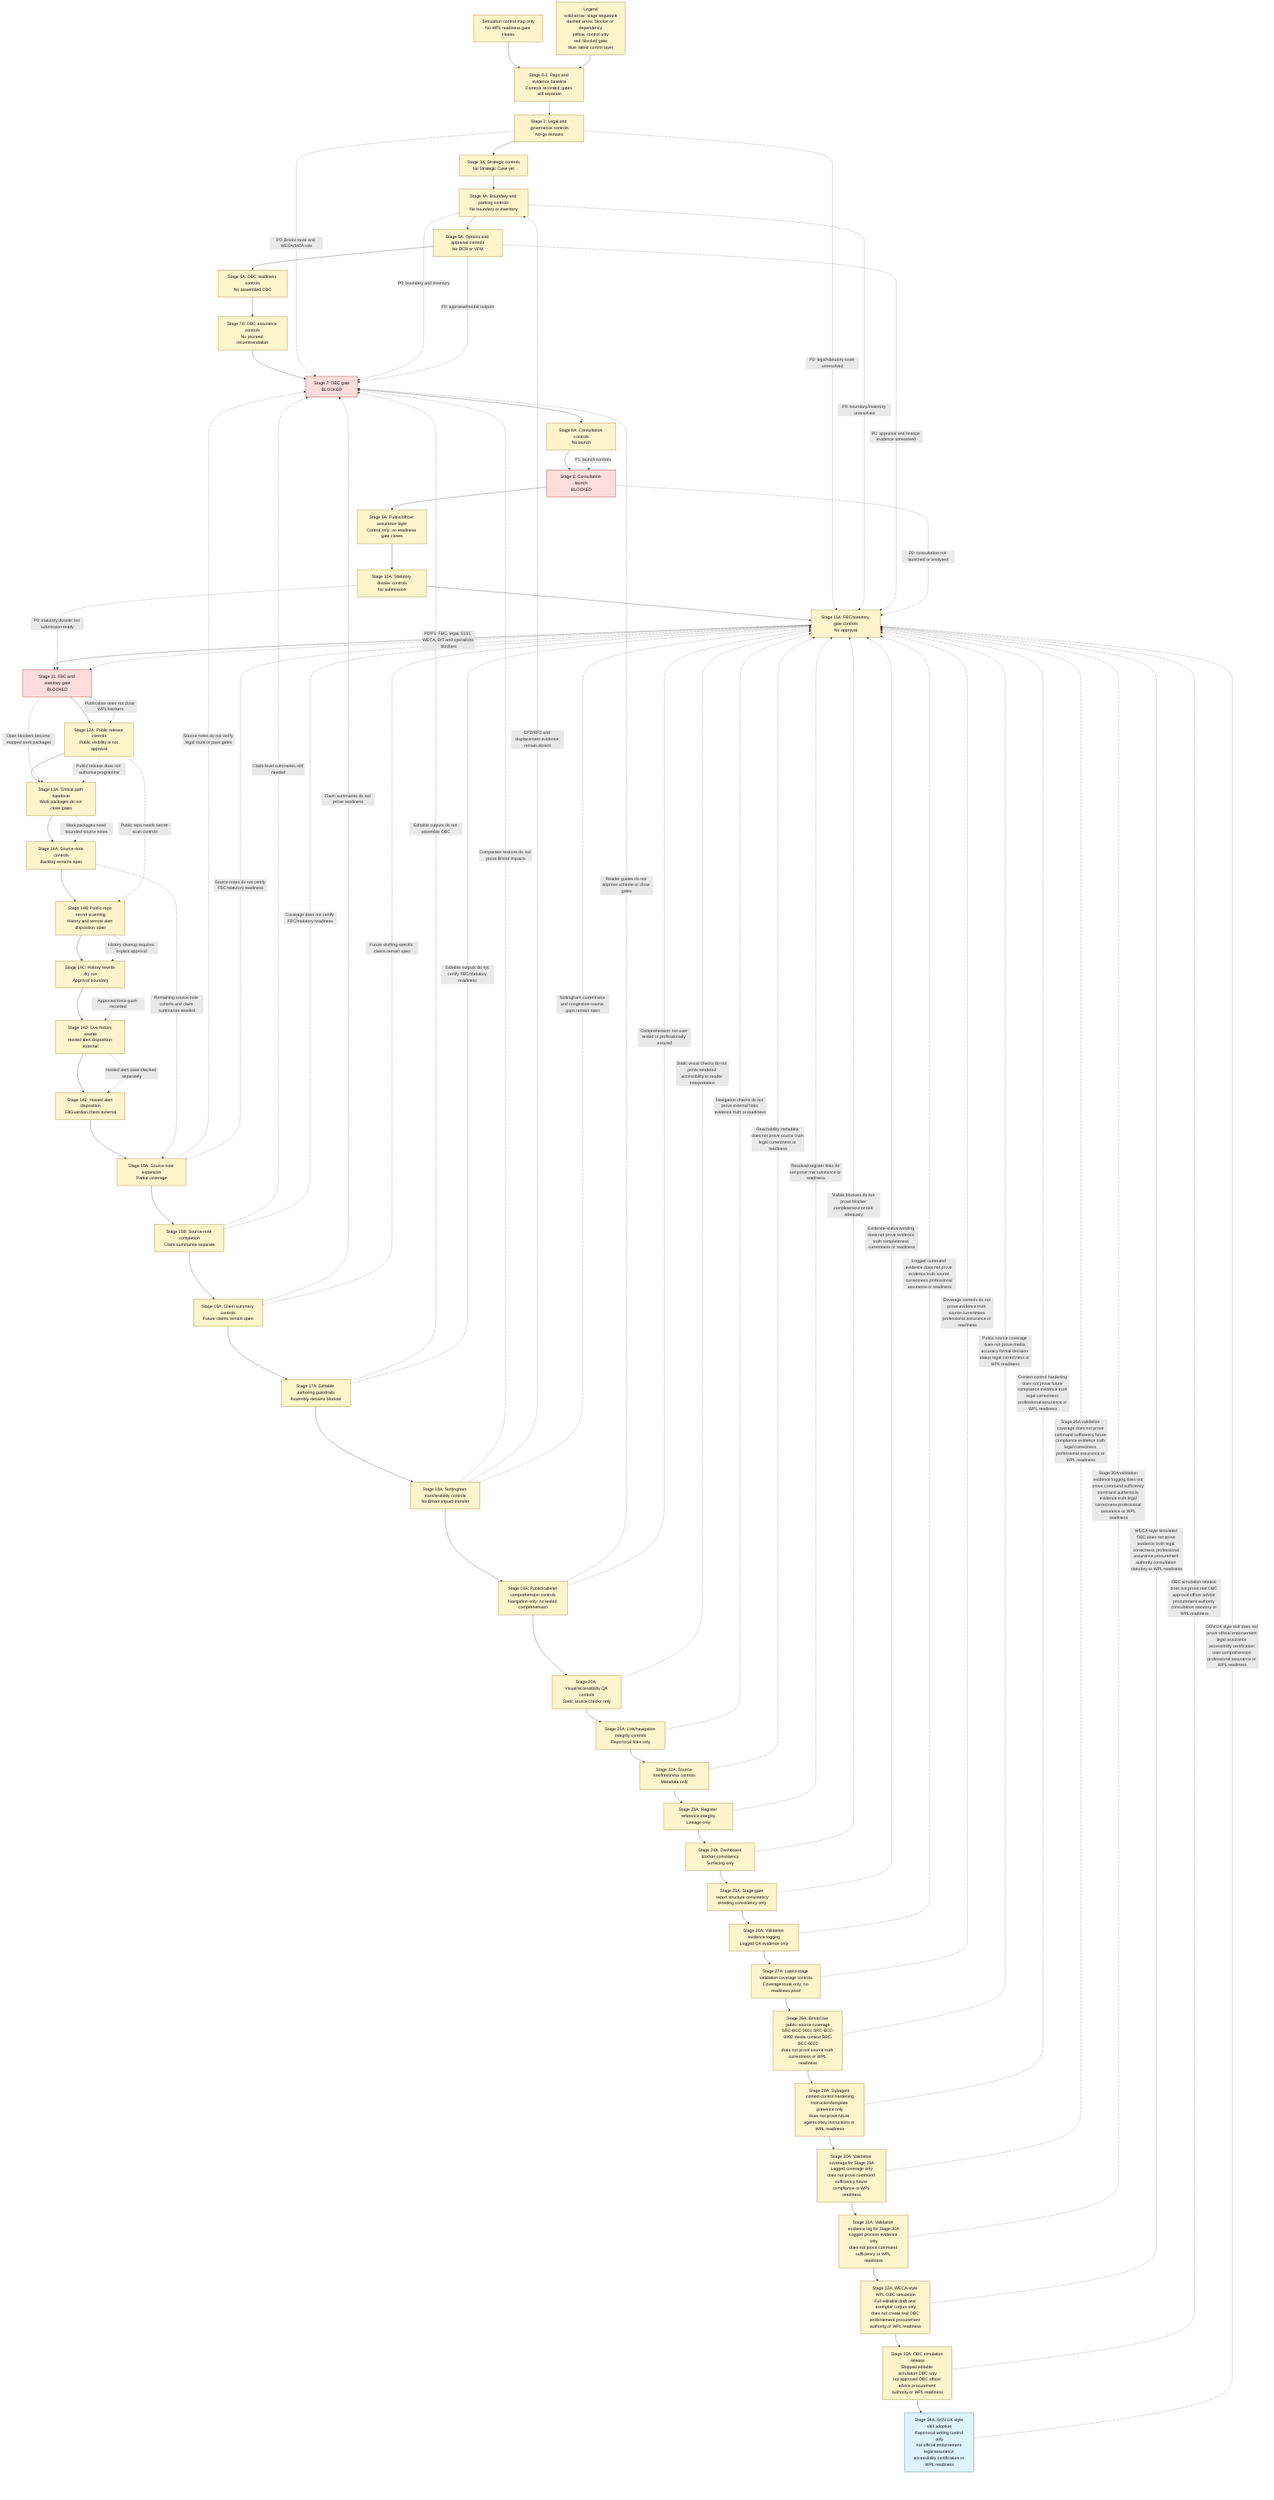
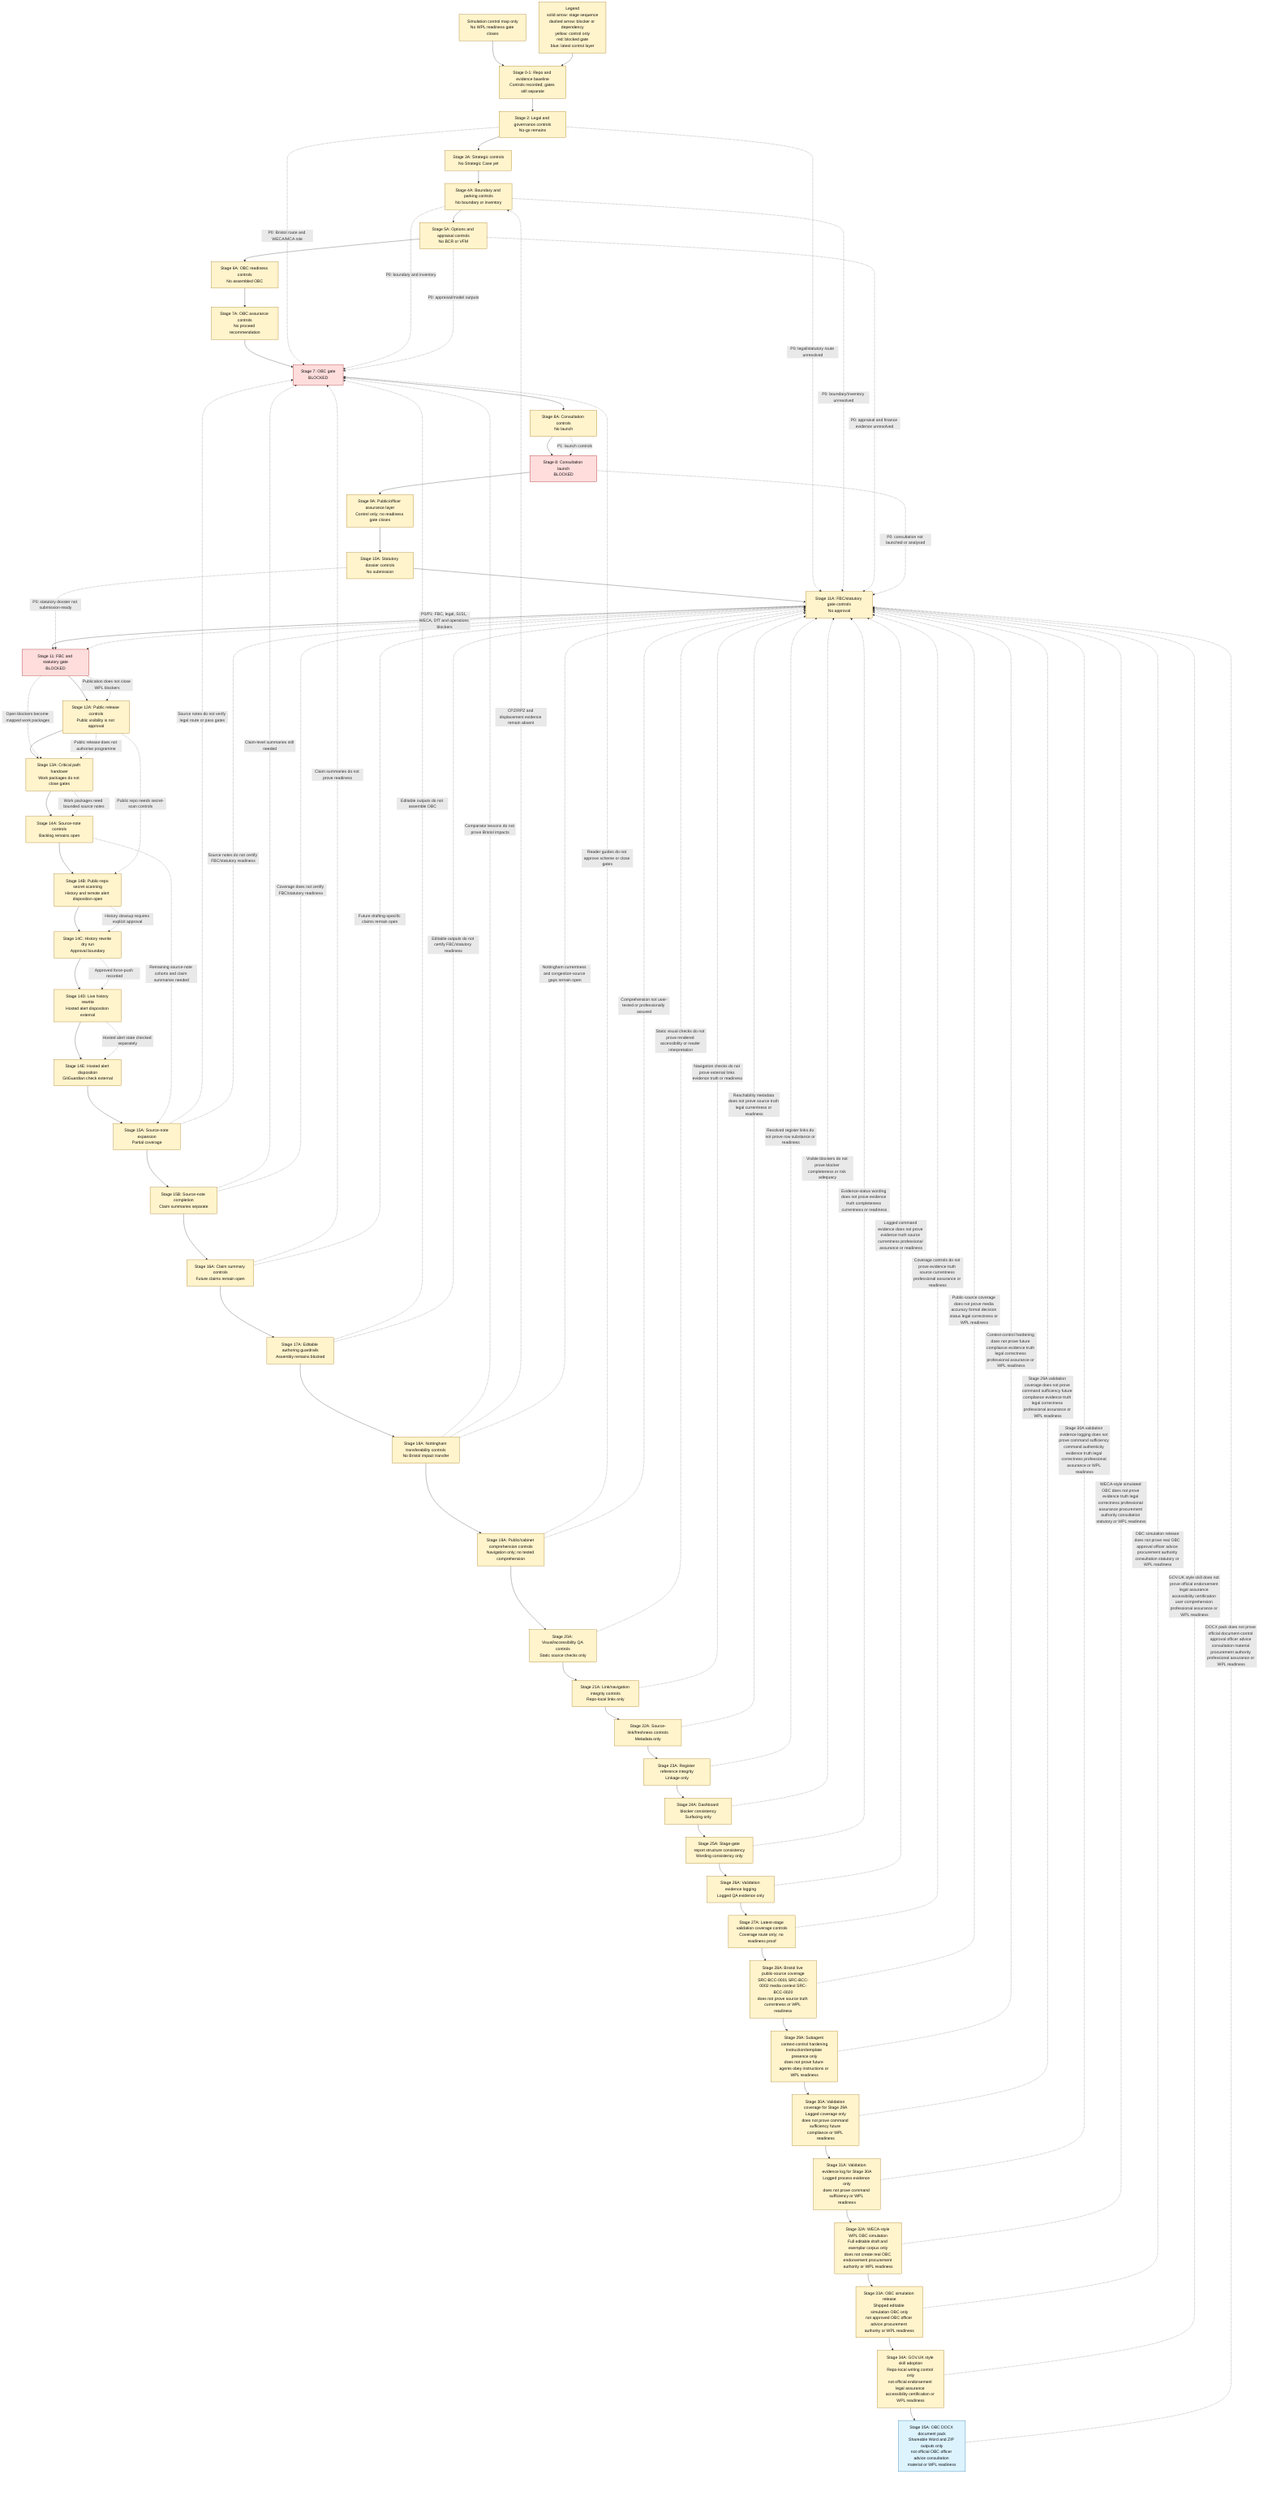
flowchart TD
    Caption["Simulation control map only<br/>No WPL readiness gate closes"]
    Legend["Legend<br/>solid arrow: stage sequence<br/>dashed arrow: blocker or dependency<br/>yellow: control only<br/>red: blocked gate<br/>blue: latest control layer"]
    Caption --> A
    Legend --> A
    A["Stage 0-1: Repo and evidence baseline<br/>Controls recorded; gates still separate"] --> B["Stage 2: Legal and governance controls<br/>No-go remains"]
    B --> C["Stage 3A: Strategic controls<br/>No Strategic Case yet"]
    C --> D["Stage 4A: Boundary and parking controls<br/>No boundary or inventory"]
    D --> E["Stage 5A: Options and appraisal controls<br/>No BCR or VFM"]
    E --> F["Stage 6A: OBC readiness controls<br/>No assembled OBC"]
    F --> F2["Stage 7A: OBC assurance controls<br/>No proceed recommendation"]
    F2 --> G["Stage 7: OBC gate<br/>BLOCKED"]
    G --> H["Stage 8A: Consultation controls<br/>No launch"]
    H --> I["Stage 8: Consultation launch<br/>BLOCKED"]
    I --> J["Stage 9A: Public/officer assurance layer<br/>Control only; no readiness gate closes"]
    J --> J2["Stage 10A: Statutory dossier controls<br/>No submission"]
    J2 --> K2["Stage 11A: FBC/statutory gate controls<br/>No approval"]
    K2 --> K["Stage 11: FBC and statutory gate<br/>BLOCKED"]
    K --> L["Stage 12A: Public release controls<br/>Public visibility is not approval"]
    L --> M["Stage 13A: Critical path handover<br/>Work packages do not close gates"]
    M --> N["Stage 14A: Source-note controls<br/>Backlog remains open"]
    N --> O["Stage 14B: Public-repo secret scanning<br/>History and remote alert disposition open"]
    O --> P["Stage 14C: History rewrite dry run<br/>Approval boundary"]
    P --> Q["Stage 14D: Live history rewrite<br/>Hosted alert disposition external"]
    Q --> R["Stage 14E: Hosted alert disposition<br/>GitGuardian check external"]
    R --> S["Stage 15A: Source-note expansion<br/>Partial coverage"]
    S --> T["Stage 15B: Source-note completion<br/>Claim summaries separate"]
    T --> U["Stage 16A: Claim summary controls<br/>Future claims remain open"]
    U --> V["Stage 17A: Editable authoring guardrails<br/>Assembly remains blocked"]
    V --> W["Stage 18A: Nottingham transferability controls<br/>No Bristol impact transfer"]
    W --> X["Stage 19A: Public/cabinet comprehension controls<br/>Navigation only; no tested comprehension"]
    X --> Y["Stage 20A: Visual/accessibility QA controls<br/>Static source checks only"]
    Y --> Z["Stage 21A: Link/navigation integrity controls<br/>Repo-local links only"]
    Z --> AA["Stage 22A: Source-link/freshness controls<br/>Metadata only"]
    AA --> AB["Stage 23A: Register reference integrity<br/>Linkage only"]
    AB --> AC["Stage 24A: Dashboard blocker consistency<br/>Surfacing only"]
    AC --> AD["Stage 25A: Stage-gate report structure consistency<br/>Wording consistency only"]
    AD --> AE["Stage 26A: Validation evidence logging<br/>Logged QA evidence only"]
    AE --> AF["Stage 27A: Latest-stage validation coverage controls<br/>Coverage route only; no readiness proof"]
    AF --> AG["Stage 28A: Bristol live public-source coverage<br/>SRC-BCC-0001 SRC-BCC-0002 media context SRC-BCC-0020<br/>does not prove source truth currentness or WPL readiness"]
    AG --> AH["Stage 29A: Subagent context-control hardening<br/>Instruction/template presence only<br/>does not prove future agents obey instructions or WPL readiness"]
    AH --> AI["Stage 30A: Validation coverage for Stage 29A<br/>Lagged coverage only<br/>does not prove command sufficiency future compliance or WPL readiness"]
    AI --> AJ["Stage 31A: Validation evidence log for Stage 30A<br/>Logged process evidence only<br/>does not prove command sufficiency or WPL readiness"]
    AJ --> AK["Stage 32A: WECA-style WPL OBC simulation<br/>Full editable draft and exemplar corpus only<br/>does not create real OBC endorsement procurement authority or WPL readiness"]
    AK --> AL["Stage 33A: OBC simulation release<br/>Shipped editable simulation OBC only<br/>not approved OBC officer advice procurement authority or WPL readiness"]
    AL --> AM["Stage 34A: GOV.UK style skill adoption<br/>Repo-local writing control only<br/>not official endorsement legal assurance accessibility certification or WPL readiness"]
+     AM --> AN["Stage 35A: OBC DOCX document pack<br/>Shareable Word and ZIP outputs only<br/>not official OBC officer advice consultation material or WPL readiness"]

    B -. "P0: Bristol route and WECA/MCA role" .-> G
    D -. "P0: boundary and inventory" .-> G
    E -. "P0: appraisal/model outputs" .-> G
    H -. "P1: launch controls" .-> I
    B -. "P0: legal/statutory route unresolved" .-> K2
    D -. "P0: boundary/inventory unresolved" .-> K2
    E -. "P0: appraisal and finance evidence unresolved" .-> K2
    I -. "P0: consultation not launched or analysed" .-> K2
    J2 -. "P0: statutory dossier not submission-ready" .-> K
    K2 -. "P0/P1: FBC, legal, S151, WECA, DfT and operations blockers" .-> K
    K -. "Publication does not close WPL blockers" .-> L
    K -. "Open blockers become mapped work packages" .-> M
    L -. "Public release does not authorise programme" .-> M
    M -. "Work packages need bounded source notes" .-> N
    L -. "Public repo needs secret-scan controls" .-> O
    O -. "History cleanup requires explicit approval" .-> P
    P -. "Approved force-push recorded" .-> Q
    Q -. "Hosted alert state checked separately" .-> R
    N -. "Remaining source-note cohorts and claim summaries needed" .-> S
    S -. "Source notes do not verify legal route or pass gates" .-> G
    S -. "Source notes do not certify FBC/statutory readiness" .-> K2
    T -. "Claim-level summaries still needed" .-> G
    T -. "Coverage does not certify FBC/statutory readiness" .-> K2
    U -. "Claim summaries do not prove readiness" .-> G
    U -. "Future drafting-specific claims remain open" .-> K2
    V -. "Editable outputs do not assemble OBC" .-> G
    V -. "Editable outputs do not certify FBC/statutory readiness" .-> K2
    W -. "Comparator lessons do not prove Bristol impacts" .-> G
    W -. "CPZ/RPZ and displacement evidence remain absent" .-> D
    W -. "Nottingham currentness and congestion-source gaps remain open" .-> K2
    X -. "Reader guides do not approve scheme or close gates" .-> G
    X -. "Comprehension not user-tested or professionally assured" .-> K2
    Y -. "Static visual checks do not prove rendered accessibility or reader interpretation" .-> K2
    Z -. "Navigation checks do not prove external links evidence truth or readiness" .-> K2
    AA -. "Reachability metadata does not prove source truth legal currentness or readiness" .-> K2
    AB -. "Resolved register links do not prove row substance or readiness" .-> K2
    AC -. "Visible blockers do not prove blocker completeness or risk adequacy" .-> K2
    AD -. "Evidence-status wording does not prove evidence truth completeness currentness or readiness" .-> K2
    AE -. "Logged command evidence does not prove evidence truth source currentness professional assurance or readiness" .-> K2
    AF -. "Coverage controls do not prove evidence truth source currentness professional assurance or readiness" .-> K2
    AG -. "Public-source coverage does not prove media accuracy formal decision status legal correctness or WPL readiness" .-> K2
    AH -. "Context-control hardening does not prove future compliance evidence truth legal correctness professional assurance or WPL readiness" .-> K2
    AI -. "Stage 29A validation coverage does not prove command sufficiency future compliance evidence truth legal correctness professional assurance or WPL readiness" .-> K2
    AJ -. "Stage 30A validation evidence logging does not prove command sufficiency command authenticity evidence truth legal correctness professional assurance or WPL readiness" .-> K2
    AK -. "WECA-style simulated OBC does not prove evidence truth legal correctness professional assurance procurement authority consultation statutory or WPL readiness" .-> K2
    AL -. "OBC simulation release does not prove real OBC approval officer advice procurement authority consultation statutory or WPL readiness" .-> K2
    AM -. "GOV.UK style skill does not prove official endorsement legal assurance accessibility certification user comprehension professional assurance or WPL readiness" .-> K2
+     AN -. "DOCX pack does not prove official document-control approval officer advice consultation material procurement authority professional assurance or WPL readiness" .-> K2

    classDef blocked fill:#ffdddd,stroke:#990000,color:#111111;
    classDef control fill:#fff4cc,stroke:#996600,color:#111111;
    classDef current fill:#ddf4ff,stroke:#005f99,color:#111111;

    class G,I,K blocked;
-     class A,B,C,D,E,F,F2,H,J,J2,K2,L,M,N,O,P,Q,R,S,T,U,V,W,X,Y,Z,AA,AB,AC,AD,AE,AF,AG,AH,AI,AJ,AK,AL,Caption,Legend control;
-     class AM current;
+     class A,B,C,D,E,F,F2,H,J,J2,K2,L,M,N,O,P,Q,R,S,T,U,V,W,X,Y,Z,AA,AB,AC,AD,AE,AF,AG,AH,AI,AJ,AK,AL,AM,Caption,Legend control;
+     class AN current;
